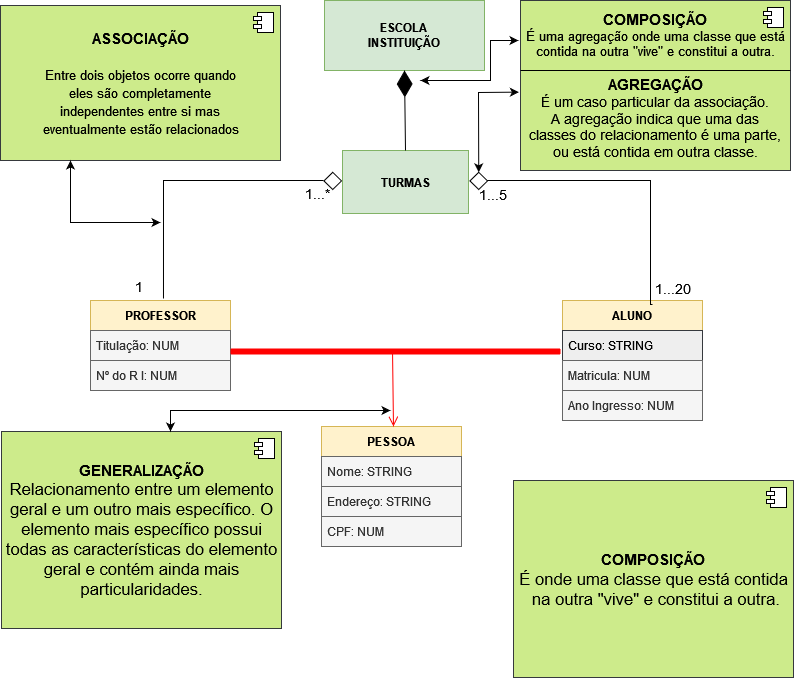
alinealien/diagrama-de-classes-pooII keeps this draw.io diagram as DiagramaDeClasse-POOII.drawio.png. Above is the earlier version. Source tidied: cells renumbered, new cells last; positions are measured from the earlier drawing's top-left corner, leaving out a move shared by most shapes.
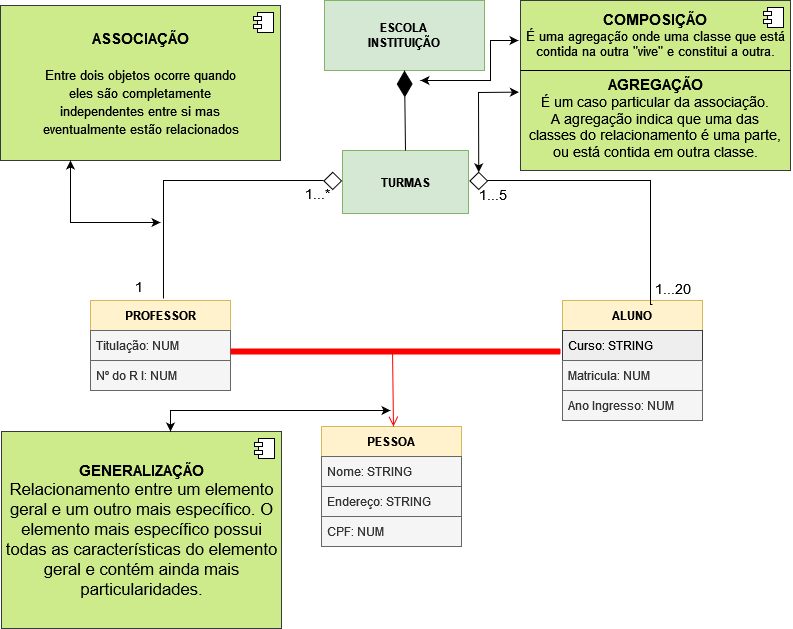
After the commit.

Change to the diagram source:
```diff
@@ -140,14 +140,6 @@
         </Array>
       </mxGeometry>
     </mxCell>
-    <mxCell id="35" value="&lt;div&gt;&lt;b&gt;COMPOSIÇÃO&lt;/b&gt;&lt;span style=&quot;left: 201.833px ; top: 1186.69px ; font-size: 16.6667px ; font-family: sans-serif ; transform: scalex(0.99624)&quot; dir=&quot;ltr&quot;&gt;&lt;br&gt;&lt;/span&gt;&lt;/div&gt;&lt;div&gt;&lt;span style=&quot;left: 201.833px ; top: 1186.69px ; font-size: 16.6667px ; font-family: sans-serif ; transform: scalex(0.99624)&quot; dir=&quot;ltr&quot;&gt;É onde uma classe que está contida&lt;/span&gt;&lt;/div&gt;&lt;div&gt;&lt;span style=&quot;left: 201.833px ; top: 1186.69px ; font-size: 16.6667px ; font-family: sans-serif ; transform: scalex(0.99624)&quot; dir=&quot;ltr&quot;&gt;&amp;nbsp;na&lt;/span&gt;&lt;span style=&quot;left: 201.833px ; top: 1205.02px ; font-size: 16.6667px ; font-family: sans-serif ; transform: scalex(0.995157)&quot; dir=&quot;ltr&quot;&gt; outra &quot;vive&quot; e constitui a outra.&lt;/span&gt;&lt;/div&gt;" style="html=1;fontSize=15;fillColor=#cdeb8b;strokeColor=#36393d;" parent="1" vertex="1">
-      <mxGeometry x="513" y="480" width="280" height="197" as="geometry" />
-    </mxCell>
-    <mxCell id="36" style="shape=module;jettyWidth=8;jettyHeight=4;fontSize=15;" parent="35" vertex="1">
-      <mxGeometry x="1" width="20" height="20" relative="1" as="geometry">
-        <mxPoint x="-27" y="7" as="offset" />
-      </mxGeometry>
-    </mxCell>
     <mxCell id="37" style="endArrow=none;html=1;rounded=0;fontSize=15;" parent="1" edge="1">
       <mxGeometry relative="1" as="geometry">
         <mxPoint x="520" y="70" as="sourcePoint" />
```
